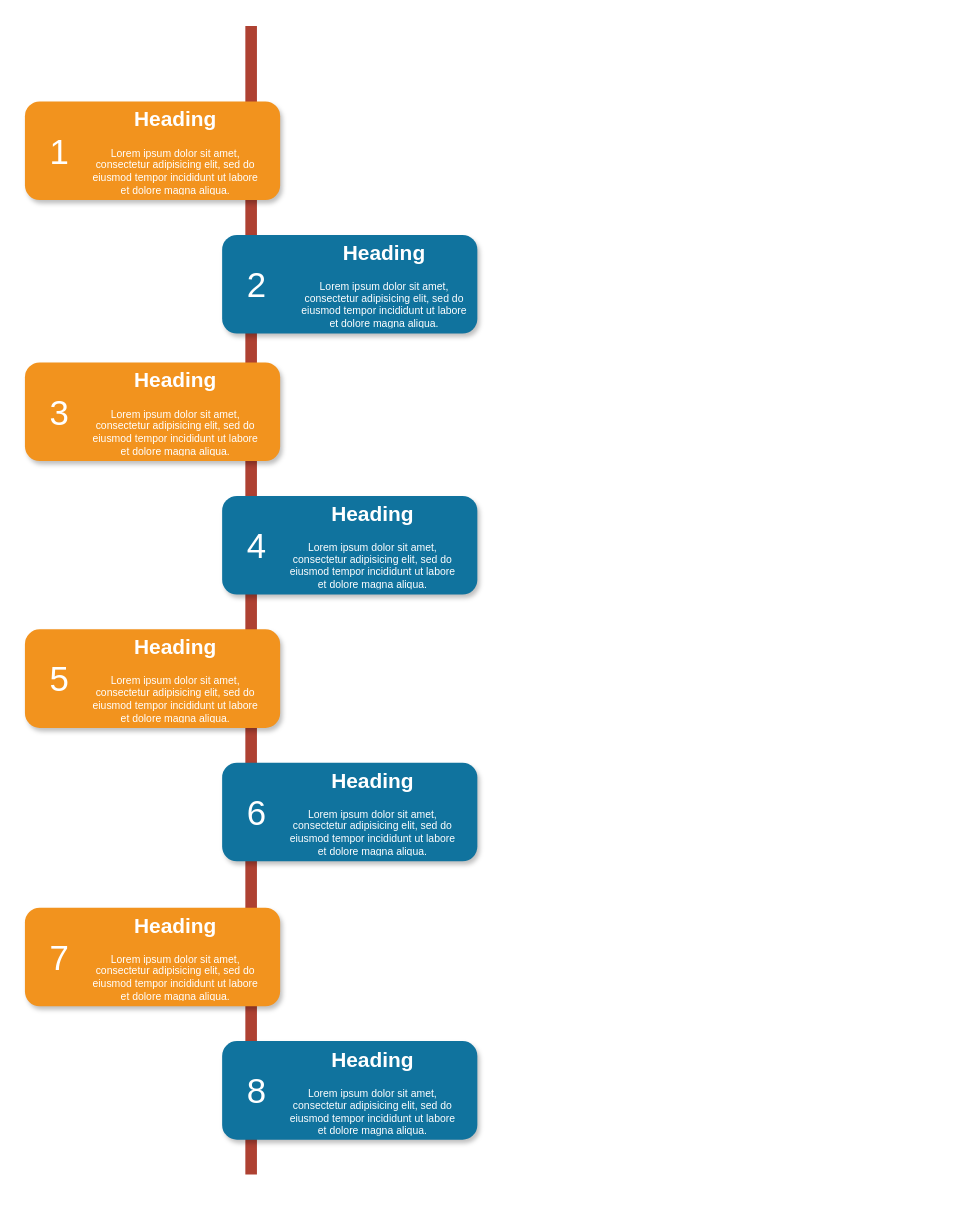
This is Untitled Diagram.drawio from mmuurraatt/My-Projects-On-Github, a draw.io file, before an edit. Source tidied: cells renumbered, new cells numbered last; positions are measured from the earlier drawing's top-left corner, leaving out a move shared by most shapes. Both pictures are drawn from the tidied source at 116%, with x=0, y=0 at pixel (24, 26).
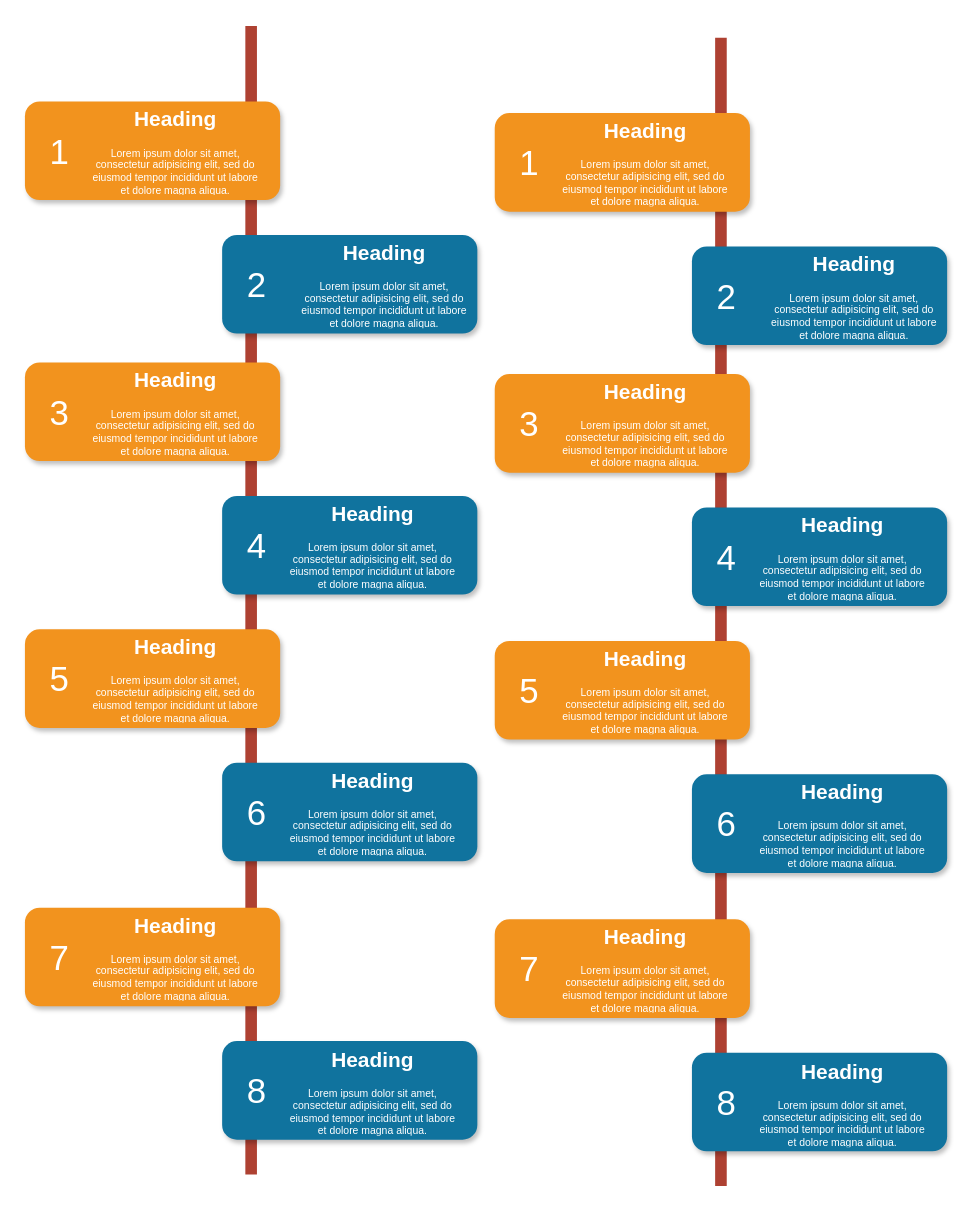
After the change.

Change to the diagram source:
```diff
@@
+    <mxCell id="27" style="line;strokeWidth=10;direction=south;html=1;fillColor=none;fontSize=13;fontColor=#000000;align=center;strokeColor=#AE4132;" parent="1" vertex="1">
+      <mxGeometry x="595" y="10" width="10" height="990" as="geometry" />
+    </mxCell>
+    <mxCell id="28" style="rounded=1;whiteSpace=wrap;html=1;strokeColor=none;strokeWidth=1;fillColor=#F2931E;fontSize=13;fontColor=#FFFFFF;align=center;gradientColor=none;gradientDirection=east;verticalAlign=top;shadow=1;" parent="1" vertex="1">
+      <mxGeometry x="405" y="75" width="220" height="85" as="geometry" />
+    </mxCell>
+    <mxCell id="29" value="1" style="text;html=1;strokeColor=none;fillColor=none;align=center;verticalAlign=middle;whiteSpace=wrap;fontSize=30;fontColor=#FFFFFF;" parent="1" vertex="1">
+      <mxGeometry x="415" y="108" width="40" height="20" as="geometry" />
+    </mxCell>
+    <mxCell id="30" style="rounded=1;whiteSpace=wrap;html=1;strokeColor=none;strokeWidth=1;fillColor=#10739E;fontSize=13;fontColor=#FFFFFF;align=center;gradientColor=none;gradientDirection=east;verticalAlign=top;shadow=1;" parent="1" vertex="1">
+      <mxGeometry x="575" y="190" width="220" height="85" as="geometry" />
+    </mxCell>
+    <mxCell id="31" value="2" style="text;html=1;strokeColor=none;fillColor=none;align=center;verticalAlign=middle;whiteSpace=wrap;fontSize=30;fontColor=#FFFFFF;" parent="1" vertex="1">
+      <mxGeometry x="585" y="223" width="40" height="20" as="geometry" />
+    </mxCell>
+    <mxCell id="32" style="rounded=1;whiteSpace=wrap;html=1;strokeColor=none;strokeWidth=1;fillColor=#F2931E;fontSize=13;fontColor=#FFFFFF;align=center;gradientColor=none;gradientDirection=east;verticalAlign=top;shadow=1;" parent="1" vertex="1">
+      <mxGeometry x="405" y="300" width="220" height="85" as="geometry" />
+    </mxCell>
+    <mxCell id="33" value="3" style="text;html=1;strokeColor=none;fillColor=none;align=center;verticalAlign=middle;whiteSpace=wrap;fontSize=30;fontColor=#FFFFFF;" parent="1" vertex="1">
+      <mxGeometry x="415" y="333" width="40" height="20" as="geometry" />
+    </mxCell>
+    <mxCell id="34" style="rounded=1;whiteSpace=wrap;html=1;strokeColor=none;strokeWidth=1;fillColor=#10739E;fontSize=13;fontColor=#FFFFFF;align=center;gradientColor=none;gradientDirection=east;verticalAlign=top;shadow=1;" parent="1" vertex="1">
+      <mxGeometry x="575" y="415" width="220" height="85" as="geometry" />
+    </mxCell>
+    <mxCell id="35" value="4" style="text;html=1;strokeColor=none;fillColor=none;align=center;verticalAlign=middle;whiteSpace=wrap;fontSize=30;fontColor=#FFFFFF;" parent="1" vertex="1">
+      <mxGeometry x="585" y="448" width="40" height="20" as="geometry" />
+    </mxCell>
+    <mxCell id="36" style="rounded=1;whiteSpace=wrap;html=1;strokeColor=none;strokeWidth=1;fillColor=#F2931E;fontSize=13;fontColor=#FFFFFF;align=center;gradientColor=none;gradientDirection=east;verticalAlign=top;shadow=1;" parent="1" vertex="1">
+      <mxGeometry x="405" y="530" width="220" height="85" as="geometry" />
+    </mxCell>
+    <mxCell id="37" value="5" style="text;html=1;strokeColor=none;fillColor=none;align=center;verticalAlign=middle;whiteSpace=wrap;fontSize=30;fontColor=#FFFFFF;" parent="1" vertex="1">
+      <mxGeometry x="415" y="563" width="40" height="20" as="geometry" />
+    </mxCell>
+    <mxCell id="38" style="rounded=1;whiteSpace=wrap;html=1;strokeColor=none;strokeWidth=1;fillColor=#10739E;fontSize=13;fontColor=#FFFFFF;align=center;gradientColor=none;gradientDirection=east;verticalAlign=top;shadow=1;" parent="1" vertex="1">
+      <mxGeometry x="575" y="645" width="220" height="85" as="geometry" />
+    </mxCell>
+    <mxCell id="39" value="6" style="text;html=1;strokeColor=none;fillColor=none;align=center;verticalAlign=middle;whiteSpace=wrap;fontSize=30;fontColor=#FFFFFF;" parent="1" vertex="1">
+      <mxGeometry x="585" y="678" width="40" height="20" as="geometry" />
+    </mxCell>
+    <mxCell id="40" style="rounded=1;whiteSpace=wrap;html=1;strokeColor=none;strokeWidth=1;fillColor=#F2931E;fontSize=13;fontColor=#FFFFFF;align=center;gradientColor=none;gradientDirection=east;verticalAlign=top;shadow=1;" parent="1" vertex="1">
+      <mxGeometry x="405" y="770" width="220" height="85" as="geometry" />
+    </mxCell>
+    <mxCell id="41" value="7" style="text;html=1;strokeColor=none;fillColor=none;align=center;verticalAlign=middle;whiteSpace=wrap;fontSize=30;fontColor=#FFFFFF;" parent="1" vertex="1">
+      <mxGeometry x="415" y="803" width="40" height="20" as="geometry" />
+    </mxCell>
+    <mxCell id="42" style="rounded=1;whiteSpace=wrap;html=1;strokeColor=none;strokeWidth=1;fillColor=#10739E;fontSize=13;fontColor=#FFFFFF;align=center;gradientColor=none;gradientDirection=east;verticalAlign=top;shadow=1;" parent="1" vertex="1">
+      <mxGeometry x="575" y="885" width="220" height="85" as="geometry" />
+    </mxCell>
+    <mxCell id="43" value="8" style="text;html=1;strokeColor=none;fillColor=none;align=center;verticalAlign=middle;whiteSpace=wrap;fontSize=30;fontColor=#FFFFFF;" parent="1" vertex="1">
+      <mxGeometry x="585" y="918" width="40" height="20" as="geometry" />
+    </mxCell>
+    <mxCell id="44" value="&lt;h1&gt;Heading&lt;/h1&gt;&lt;p&gt;Lorem ipsum dolor sit amet, consectetur adipisicing elit, sed do eiusmod tempor incididunt ut labore et dolore magna aliqua.&lt;/p&gt;" style="text;html=1;spacing=5;spacingTop=-20;whiteSpace=wrap;overflow=hidden;strokeColor=none;strokeWidth=4;fillColor=none;gradientColor=#007FFF;fontSize=9;fontColor=#FFFFFF;align=center;" parent="1" vertex="1">
+      <mxGeometry x="455" y="79" width="160" height="77" as="geometry" />
+    </mxCell>
+    <mxCell id="45" value="&lt;h1&gt;Heading&lt;/h1&gt;&lt;p&gt;Lorem ipsum dolor sit amet, consectetur adipisicing elit, sed do eiusmod tempor incididunt ut labore et dolore magna aliqua.&lt;/p&gt;" style="text;html=1;spacing=5;spacingTop=-20;whiteSpace=wrap;overflow=hidden;strokeColor=none;strokeWidth=4;fillColor=none;gradientColor=#007FFF;fontSize=9;fontColor=#FFFFFF;align=center;" parent="1" vertex="1">
+      <mxGeometry x="635" y="194" width="160" height="77" as="geometry" />
+    </mxCell>
+    <mxCell id="46" value="&lt;h1&gt;Heading&lt;/h1&gt;&lt;p&gt;Lorem ipsum dolor sit amet, consectetur adipisicing elit, sed do eiusmod tempor incididunt ut labore et dolore magna aliqua.&lt;/p&gt;" style="text;html=1;spacing=5;spacingTop=-20;whiteSpace=wrap;overflow=hidden;strokeColor=none;strokeWidth=4;fillColor=none;gradientColor=#007FFF;fontSize=9;fontColor=#FFFFFF;align=center;" parent="1" vertex="1">
+      <mxGeometry x="455" y="304" width="160" height="77" as="geometry" />
+    </mxCell>
+    <mxCell id="47" value="&lt;h1&gt;Heading&lt;/h1&gt;&lt;p&gt;Lorem ipsum dolor sit amet, consectetur adipisicing elit, sed do eiusmod tempor incididunt ut labore et dolore magna aliqua.&lt;/p&gt;" style="text;html=1;spacing=5;spacingTop=-20;whiteSpace=wrap;overflow=hidden;strokeColor=none;strokeWidth=4;fillColor=none;gradientColor=#007FFF;fontSize=9;fontColor=#FFFFFF;align=center;" parent="1" vertex="1">
+      <mxGeometry x="625" y="419" width="160" height="77" as="geometry" />
+    </mxCell>
+    <mxCell id="48" value="&lt;h1&gt;Heading&lt;/h1&gt;&lt;p&gt;Lorem ipsum dolor sit amet, consectetur adipisicing elit, sed do eiusmod tempor incididunt ut labore et dolore magna aliqua.&lt;/p&gt;" style="text;html=1;spacing=5;spacingTop=-20;whiteSpace=wrap;overflow=hidden;strokeColor=none;strokeWidth=4;fillColor=none;gradientColor=#007FFF;fontSize=9;fontColor=#FFFFFF;align=center;" parent="1" vertex="1">
+      <mxGeometry x="455" y="534" width="160" height="77" as="geometry" />
+    </mxCell>
+    <mxCell id="49" value="&lt;h1&gt;Heading&lt;/h1&gt;&lt;p&gt;Lorem ipsum dolor sit amet, consectetur adipisicing elit, sed do eiusmod tempor incididunt ut labore et dolore magna aliqua.&lt;/p&gt;" style="text;html=1;spacing=5;spacingTop=-20;whiteSpace=wrap;overflow=hidden;strokeColor=none;strokeWidth=4;fillColor=none;gradientColor=#007FFF;fontSize=9;fontColor=#FFFFFF;align=center;" parent="1" vertex="1">
+      <mxGeometry x="625" y="649" width="160" height="77" as="geometry" />
+    </mxCell>
+    <mxCell id="50" value="&lt;h1&gt;Heading&lt;/h1&gt;&lt;p&gt;Lorem ipsum dolor sit amet, consectetur adipisicing elit, sed do eiusmod tempor incididunt ut labore et dolore magna aliqua.&lt;/p&gt;" style="text;html=1;spacing=5;spacingTop=-20;whiteSpace=wrap;overflow=hidden;strokeColor=none;strokeWidth=4;fillColor=none;gradientColor=#007FFF;fontSize=9;fontColor=#FFFFFF;align=center;" parent="1" vertex="1">
+      <mxGeometry x="455" y="774" width="160" height="77" as="geometry" />
+    </mxCell>
+    <mxCell id="51" value="&lt;h1&gt;Heading&lt;/h1&gt;&lt;p&gt;Lorem ipsum dolor sit amet, consectetur adipisicing elit, sed do eiusmod tempor incididunt ut labore et dolore magna aliqua.&lt;/p&gt;" style="text;html=1;spacing=5;spacingTop=-20;whiteSpace=wrap;overflow=hidden;strokeColor=none;strokeWidth=4;fillColor=none;gradientColor=#007FFF;fontSize=9;fontColor=#FFFFFF;align=center;" parent="1" vertex="1">
+      <mxGeometry x="625" y="890" width="160" height="77" as="geometry" />
+    </mxCell>
```
